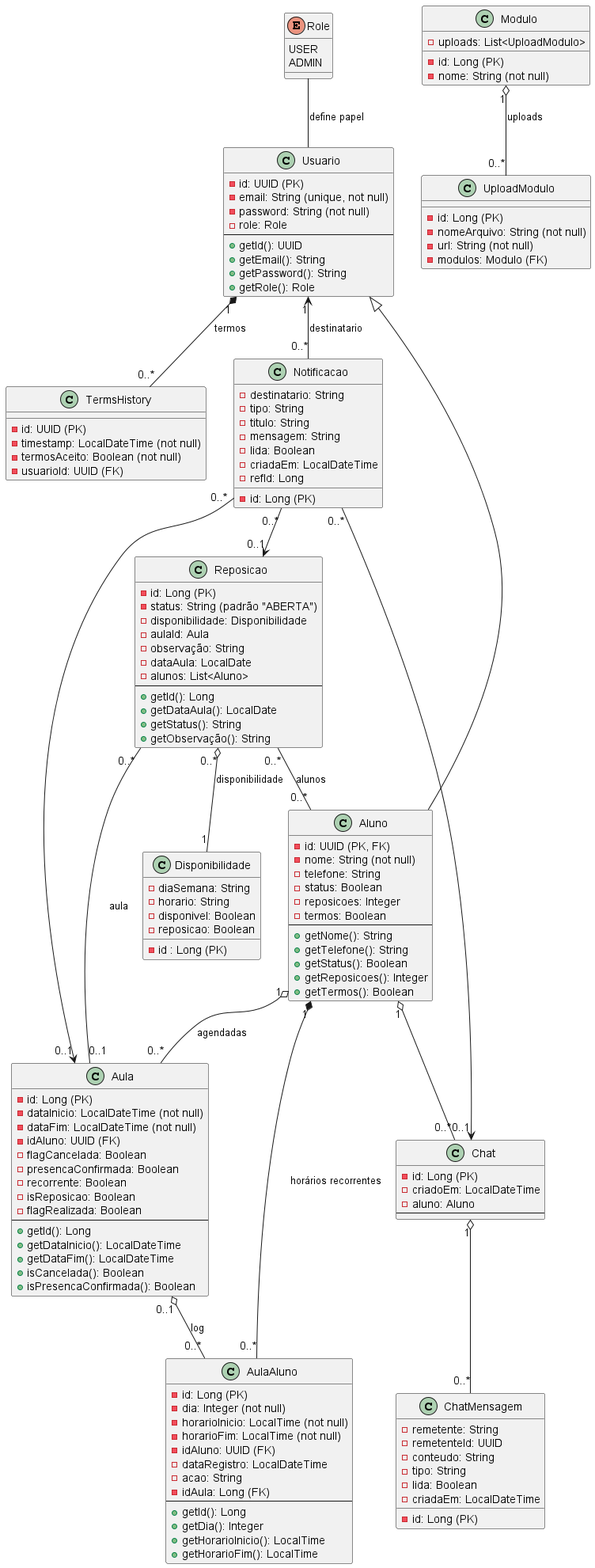
Before: Docs/Marcos_Music_Classe.png, a diagram exported from PlantUML (RafaelVolpini/MarcosMusic).
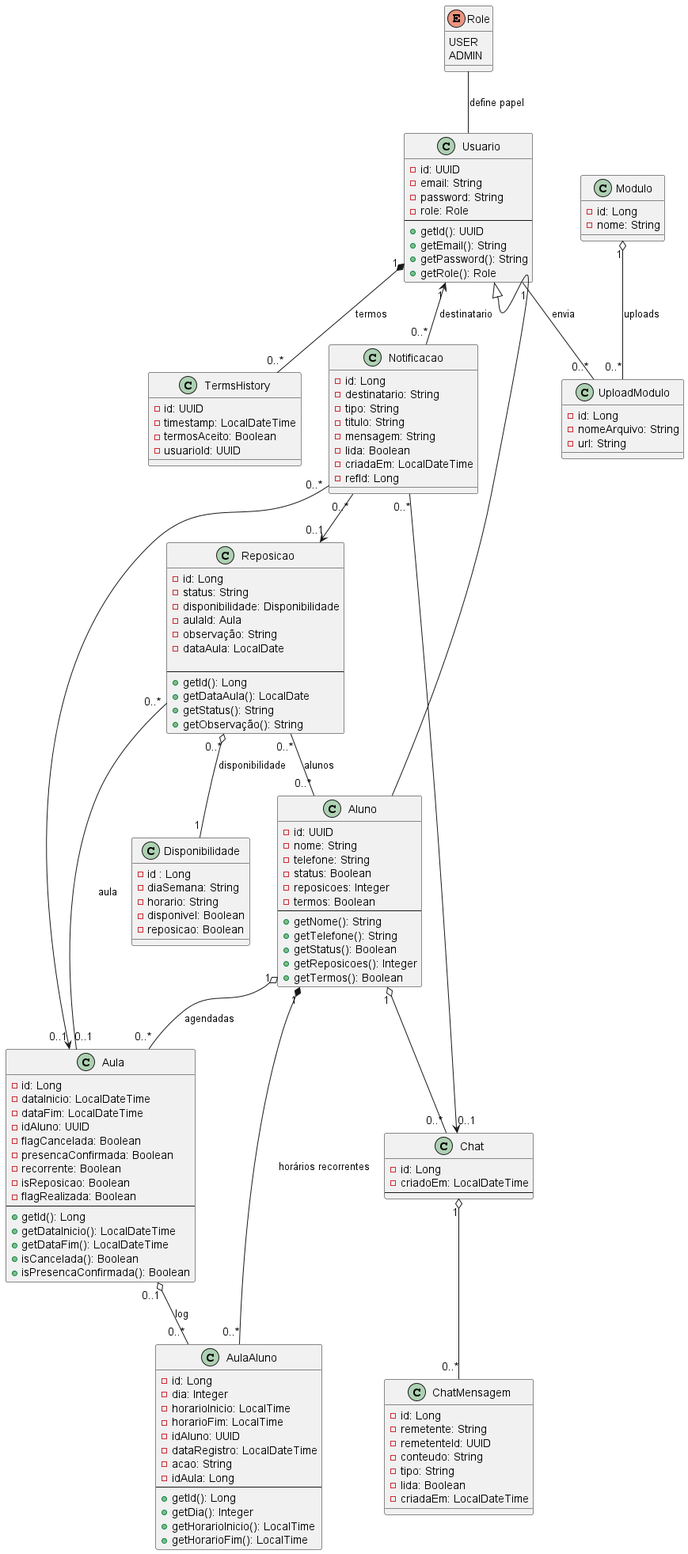
The same diagram one commit later.

Commit message:
docs: ajustes diagrama de classes

What changed in the source:
```diff
@@ -1,7 +1,6 @@
 @startuml
+
 !define ABSTRACT abstract
-!define PRIMARY_KEY <color:FF6B6B>PK</color>
-!define FOREIGN_KEY <color:4ECDC4>FK</color>
 
 enum Role {
     USER
@@ -9,9 +8,9 @@
 }
 
 class Usuario {
-    - id: UUID (PK)
-    - email: String (unique, not null)
-    - password: String (not null)
+    - id: UUID
+    - email: String
+    - password: String
     - role: Role
     ---
     + getId(): UUID
@@ -21,15 +20,15 @@
 }
 
 class TermsHistory {
-    - id: UUID (PK)
-    - timestamp: LocalDateTime (not null)
-    - termosAceito: Boolean (not null)
-    - usuarioId: UUID (FK)
+    - id: UUID
+    - timestamp: LocalDateTime
+    - termosAceito: Boolean
+    - usuarioId: UUID
 }
 
 class Aluno {
-    - id: UUID (PK, FK)
-    - nome: String (not null)
+    - id: UUID
+    - nome: String
     - telefone: String
     - status: Boolean
     - reposicoes: Integer
@@ -43,10 +42,10 @@
 }
 
 class Aula {
-    - id: Long (PK)
-    - dataInicio: LocalDateTime (not null)
-    - dataFim: LocalDateTime (not null)
-    - idAluno: UUID (FK)
+    - id: Long
+    - dataInicio: LocalDateTime
+    - dataFim: LocalDateTime
+    - idAluno: UUID
     - flagCancelada: Boolean
     - presencaConfirmada: Boolean
     - recorrente: Boolean
@@ -60,14 +59,14 @@
     + isPresencaConfirmada(): Boolean
 }
 class AulaAluno {
-    - id: Long (PK)
-    - dia: Integer (not null)
-    - horarioInicio: LocalTime (not null)
-    - horarioFim: LocalTime (not null)
-    - idAluno: UUID (FK)
+    - id: Long
+    - dia: Integer
+    - horarioInicio: LocalTime
+    - horarioFim: LocalTime
+    - idAluno: UUID
     - dataRegistro: LocalDateTime
     - acao: String
-    - idAula: Long (FK)
+    - idAula: Long
     ---
     + getId(): Long
     + getDia(): Integer
@@ -76,20 +75,20 @@
 }
 
 class Disponibilidade {
-    - id : Long (PK)
+    - id : Long
     - diaSemana: String
     - horario: String
     - disponivel: Boolean
     - reposicao: Boolean
 }
 class Reposicao {
-    - id: Long (PK)
-    - status: String (padrão "ABERTA")
+    - id: Long
+    - status: String
     - disponibilidade: Disponibilidade
     - aulaId: Aula
     - observação: String
     - dataAula: LocalDate
-    - alunos: List<Aluno>
+
     --
     + getId(): Long
     + getDataAula(): LocalDate
@@ -97,14 +96,13 @@
     + getObservação(): String
 }
 class Chat{
-    - id: Long (PK)
+    - id: Long
     - criadoEm: LocalDateTime
-    - aluno: Aluno
     ---
 }
 
 class ChatMensagem{
-    - id: Long (PK)
+    - id: Long
     - remetente: String
     - remetenteId: UUID
     - conteudo: String
@@ -114,7 +112,7 @@
 }
 
 class Notificacao {
-    - id: Long (PK)
+    - id: Long
     - destinatario: String
     - tipo: String
     - titulo: String
@@ -125,16 +123,14 @@
 }
 
 class Modulo {
-    - id: Long (PK)
-    - nome: String (not null)
-    - uploads: List<UploadModulo>
+    - id: Long
+    - nome: String
 }
 
 class UploadModulo {
-    - id: Long (PK)
-    - nomeArquivo: String (not null)
-    - url: String (not null)
-    - modulos: Modulo (FK)
+    - id: Long
+    - nomeArquivo: String
+    - url: String
 }
 
 
@@ -159,4 +155,6 @@
 Notificacao "0..*" --> "0..1" Chat
 Usuario "1" <-- "0..*" Notificacao : destinatario
 Modulo "1" o-- "0..*" UploadModulo : uploads
+Usuario "1" -- "0..*" UploadModulo : envia
+
 @enduml
```
